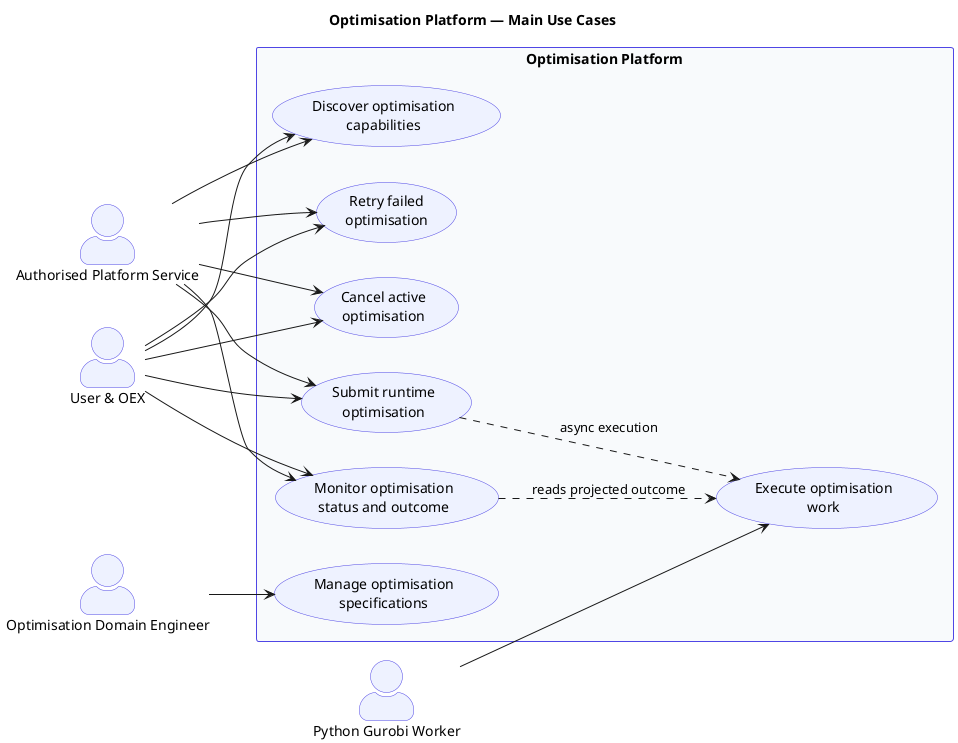
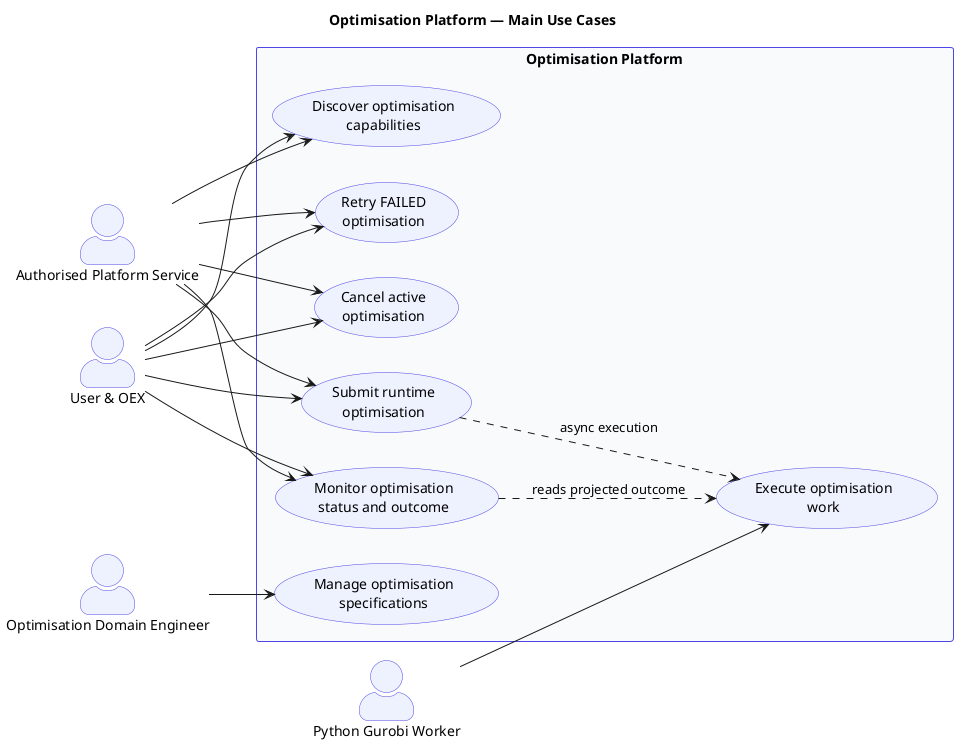
@startuml
title Optimisation Platform — Main Use Cases

left to right direction

skinparam packageStyle rectangle
skinparam actorStyle awesome
skinparam usecaseBorderColor #4F46E5
skinparam usecaseBackgroundColor #EEF2FF
skinparam actorBorderColor #4F46E5
skinparam actorBackgroundColor #EEF2FF
skinparam rectangleBorderColor #4F46E5
skinparam rectangleBackgroundColor #F8FAFC

actor "User & OEX" as UserOEX
actor "Authorised Platform Service" as PlatformService
actor "Optimisation Domain Engineer" as DomainEngineer
actor "Python Gurobi Worker" as Worker

rectangle "Optimisation Platform" {
  usecase "Discover optimisation\ncapabilities" as UC_Discover
  usecase "Manage optimisation\nspecifications" as UC_ManageSpecs
  usecase "Submit runtime\noptimisation" as UC_Submit
  usecase "Monitor optimisation\nstatus and outcome" as UC_Monitor
  usecase "Cancel active\noptimisation" as UC_Cancel
-   usecase "Retry failed\noptimisation" as UC_Retry
+   usecase "Retry FAILED\noptimisation" as UC_Retry
  usecase "Execute optimisation\nwork" as UC_Execute
}

UserOEX --> UC_Discover
UserOEX --> UC_Submit
UserOEX --> UC_Monitor
UserOEX --> UC_Cancel
UserOEX --> UC_Retry

PlatformService --> UC_Discover
PlatformService --> UC_Submit
PlatformService --> UC_Monitor
PlatformService --> UC_Cancel
PlatformService --> UC_Retry

DomainEngineer --> UC_ManageSpecs

Worker --> UC_Execute

UC_Submit ..> UC_Execute : async execution
UC_Monitor ..> UC_Execute : reads projected outcome

@enduml
